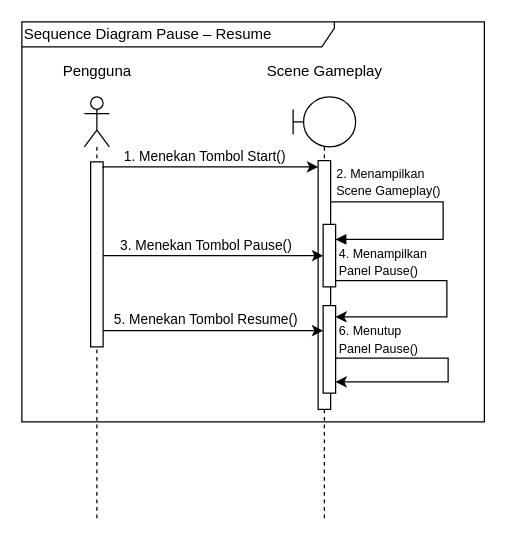
Before: skripsi/skripsi/gambar/BAB III/Sequence Diagram/Sequence Diagram Pause – Resume.drawio in hako-975/UNPAM-File, a draw.io diagram. Source tidied: cells renumbered, new cells numbered last; positions are measured from the earlier drawing's top-left corner, leaving out a move shared by most shapes. Both pictures are drawn from the tidied source at 125%, with x=0, y=0 at pixel (21, 21).
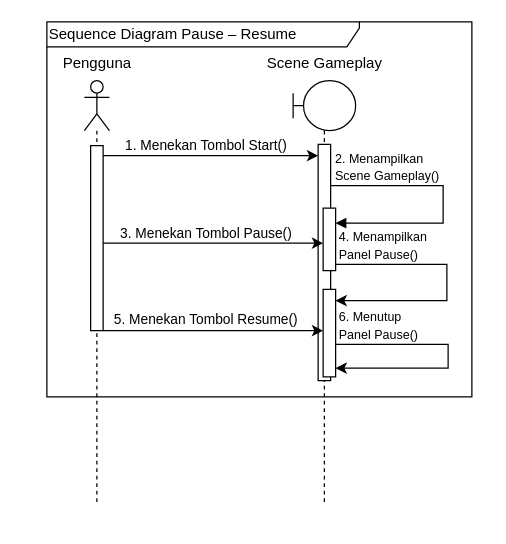
The same page after the edit.

Unchanged cells that the change refers to:
```xml
<mxCell id="3" style="html=1;points=[[0,0,0,0,5],[0,1,0,0,-5],[1,0,0,0,5],[1,1,0,0,-5]];perimeter=orthogonalPerimeter;outlineConnect=0;targetShapes=umlLifeline;portConstraint=eastwest;newEdgeStyle={&quot;curved&quot;:0,&quot;rounded&quot;:0};" parent="2" vertex="1">
  <mxGeometry x="5" y="52" width="10" height="148" as="geometry" />
</mxCell>
<mxCell id="10" style="html=1;points=[[0,0,0,0,5],[0,1,0,0,-5],[1,0,0,0,5],[1,1,0,0,-5]];perimeter=orthogonalPerimeter;outlineConnect=0;targetShapes=umlLifeline;portConstraint=eastwest;newEdgeStyle={&quot;curved&quot;:0,&quot;rounded&quot;:0};" parent="6" vertex="1">
  <mxGeometry x="24" y="102" width="10" height="50" as="geometry" />
</mxCell>
<mxCell id="11" style="html=1;points=[[0,0,0,0,5],[0,1,0,0,-5],[1,0,0,0,5],[1,1,0,0,-5]];perimeter=orthogonalPerimeter;outlineConnect=0;targetShapes=umlLifeline;portConstraint=eastwest;newEdgeStyle={&quot;curved&quot;:0,&quot;rounded&quot;:0};" parent="6" vertex="1">
  <mxGeometry x="24" y="167" width="10" height="70" as="geometry" />
</mxCell>
```

What changed in the source:
```diff
@@
     <mxCell id="2" value="&lt;div&gt;&lt;/div&gt;" style="shape=umlLifeline;perimeter=lifelinePerimeter;whiteSpace=wrap;html=1;newEdgeStyle={&quot;curved&quot;:0,&quot;rounded&quot;:0};participant=umlActor;size=40;" parent="1" vertex="1">
-      <mxGeometry x="50" y="60" width="20" height="340" as="geometry" />
+      <mxGeometry x="50" y="47" width="20" height="340" as="geometry" />
     </mxCell>
@@
     <mxCell id="4" value="&lt;div&gt;Pengguna&lt;/div&gt;" style="text;html=1;align=center;verticalAlign=middle;strokeColor=none;fillColor=none;" parent="1" vertex="1">
-      <mxGeometry x="20" y="25" width="80" height="30" as="geometry" />
+      <mxGeometry x="20" y="18" width="80" height="30" as="geometry" />
     </mxCell>
     <mxCell id="5" value="Sequence Diagram Pause – Resume" style="shape=umlFrame;whiteSpace=wrap;html=1;width=250;height=20;align=left;" parent="1" vertex="1">
-      <mxGeometry width="370" height="320" as="geometry" />
+      <mxGeometry x="20" width="340" height="300" as="geometry" />
     </mxCell>
     <mxCell id="6" style="shape=umlLifeline;perimeter=lifelinePerimeter;whiteSpace=wrap;html=1;newEdgeStyle={&quot;curved&quot;:0,&quot;rounded&quot;:0};participant=umlBoundary;" parent="1" vertex="1">
-      <mxGeometry x="217" y="60" width="50" height="339" as="geometry" />
+      <mxGeometry x="217" y="47" width="50" height="339" as="geometry" />
     </mxCell>
     <mxCell id="7" style="html=1;points=[[0,0,0,0,5],[0,1,0,0,-5],[1,0,0,0,5],[1,1,0,0,-5]];perimeter=orthogonalPerimeter;outlineConnect=0;targetShapes=umlLifeline;portConstraint=eastwest;newEdgeStyle={&quot;curved&quot;:0,&quot;rounded&quot;:0};" parent="6" vertex="1">
-      <mxGeometry x="20" y="51" width="10" height="199" as="geometry" />
+      <mxGeometry x="20" y="51" width="10" height="189" as="geometry" />
     </mxCell>
@@
     <mxCell id="12" value="&lt;div&gt;Scene Gameplay&lt;/div&gt;" style="text;html=1;align=center;verticalAlign=middle;strokeColor=none;fillColor=none;" parent="1" vertex="1">
-      <mxGeometry x="182" y="25" width="120" height="30" as="geometry" />
+      <mxGeometry x="182" y="18" width="120" height="30" as="geometry" />
     </mxCell>
-    <mxCell id="13" style="edgeStyle=orthogonalEdgeStyle;rounded=0;jettySize=auto;html=1;curved=0;entryX=0;entryY=0;entryDx=0;entryDy=5;entryPerimeter=0;exitX=1;exitY=0;exitDx=0;exitDy=5;exitPerimeter=0;" parent="1" edge="1" source="3" target="7">
+    <mxCell id="13" style="rounded=0;orthogonalLoop=1;jettySize=auto;html=1;exitX=1;exitY=0;exitDx=0;exitDy=5;exitPerimeter=0;" parent="1" edge="1">
       <mxGeometry relative="1" as="geometry">
-        <Array as="points">
-          <mxPoint x="65" y="116" />
-        </Array>
+        <mxPoint x="65" y="107" as="sourcePoint" />
+        <mxPoint x="237" y="107" as="targetPoint" />
       </mxGeometry>
     </mxCell>
@@
     <mxCell id="15" value="&lt;span style=&quot;font-size: 10px;&quot;&gt;2. Menampilkan&amp;nbsp;&lt;/span&gt;&lt;div&gt;&lt;span style=&quot;font-size: 10px;&quot;&gt;Scene&amp;nbsp;&lt;/span&gt;&lt;span style=&quot;font-size: 10px;&quot;&gt;Gameplay()&lt;/span&gt;&lt;/div&gt;" style="edgeLabel;html=1;align=left;verticalAlign=middle;" parent="13" vertex="1">
       <mxGeometry x="-0.33" y="1" relative="1" as="geometry">
-        <mxPoint x="128" y="12" as="offset" />
+        <mxPoint x="126" y="9" as="offset" />
       </mxGeometry>
     </mxCell>
-    <mxCell id="16" style="edgeStyle=orthogonalEdgeStyle;rounded=0;jettySize=auto;html=1;curved=0;" parent="1" edge="1" source="3" target="10">
+    <mxCell id="16" style="edgeStyle=orthogonalEdgeStyle;rounded=0;orthogonalLoop=1;jettySize=auto;html=1;curved=0;" parent="1" edge="1">
       <mxGeometry relative="1" as="geometry">
+        <mxPoint x="65" y="177" as="sourcePoint" />
+        <mxPoint x="241" y="177" as="targetPoint" />
         <Array as="points">
-          <mxPoint x="110" y="187" />
-          <mxPoint x="110" y="187" />
+          <mxPoint x="110" y="177" />
+          <mxPoint x="110" y="177" />
         </Array>
       </mxGeometry>
     </mxCell>
     <mxCell id="17" value="3. Menekan Tombol Pause()" style="edgeLabel;html=1;align=left;verticalAlign=middle;" parent="1" vertex="1">
-      <mxGeometry x="77" y="178" as="geometry" />
+      <mxGeometry x="77" y="168" as="geometry" />
     </mxCell>
     <mxCell id="18" value="&lt;span style=&quot;font-size: 10px;&quot;&gt;4. Menampilkan&amp;nbsp;&lt;/span&gt;&lt;div&gt;&lt;span style=&quot;font-size: 10px;&quot;&gt;Panel Pause&lt;/span&gt;&lt;span style=&quot;font-size: 10px;&quot;&gt;()&lt;/span&gt;&lt;/div&gt;" style="edgeLabel;html=1;align=left;verticalAlign=middle;" parent="1" vertex="1">
-      <mxGeometry x="252" y="191" as="geometry" />
+      <mxGeometry x="252" y="178" as="geometry" />
     </mxCell>
@@
-    <mxCell id="21" style="edgeStyle=orthogonalEdgeStyle;rounded=0;jettySize=auto;html=1;curved=0;" parent="1" edge="1" target="11">
+    <mxCell id="21" style="edgeStyle=orthogonalEdgeStyle;rounded=0;orthogonalLoop=1;jettySize=auto;html=1;curved=0;" parent="1" edge="1">
       <mxGeometry relative="1" as="geometry">
-        <mxPoint x="251" y="269" as="sourcePoint" />
+        <mxPoint x="251" y="258" as="sourcePoint" />
+        <mxPoint x="251" y="277" as="targetPoint" />
         <Array as="points">
-          <mxPoint x="341" y="269" />
-          <mxPoint x="341" y="288" />
+          <mxPoint x="341" y="258" />
+          <mxPoint x="341" y="277" />
         </Array>
       </mxGeometry>
     </mxCell>
     <mxCell id="22" value="&lt;span style=&quot;font-size: 10px;&quot;&gt;6. Menutup&amp;nbsp;&lt;br&gt;Panel Pause()&lt;/span&gt;" style="edgeLabel;html=1;align=left;verticalAlign=middle;" parent="1" vertex="1">
-      <mxGeometry x="252" y="253" as="geometry" />
+      <mxGeometry x="252" y="242" as="geometry" />
     </mxCell>
```
